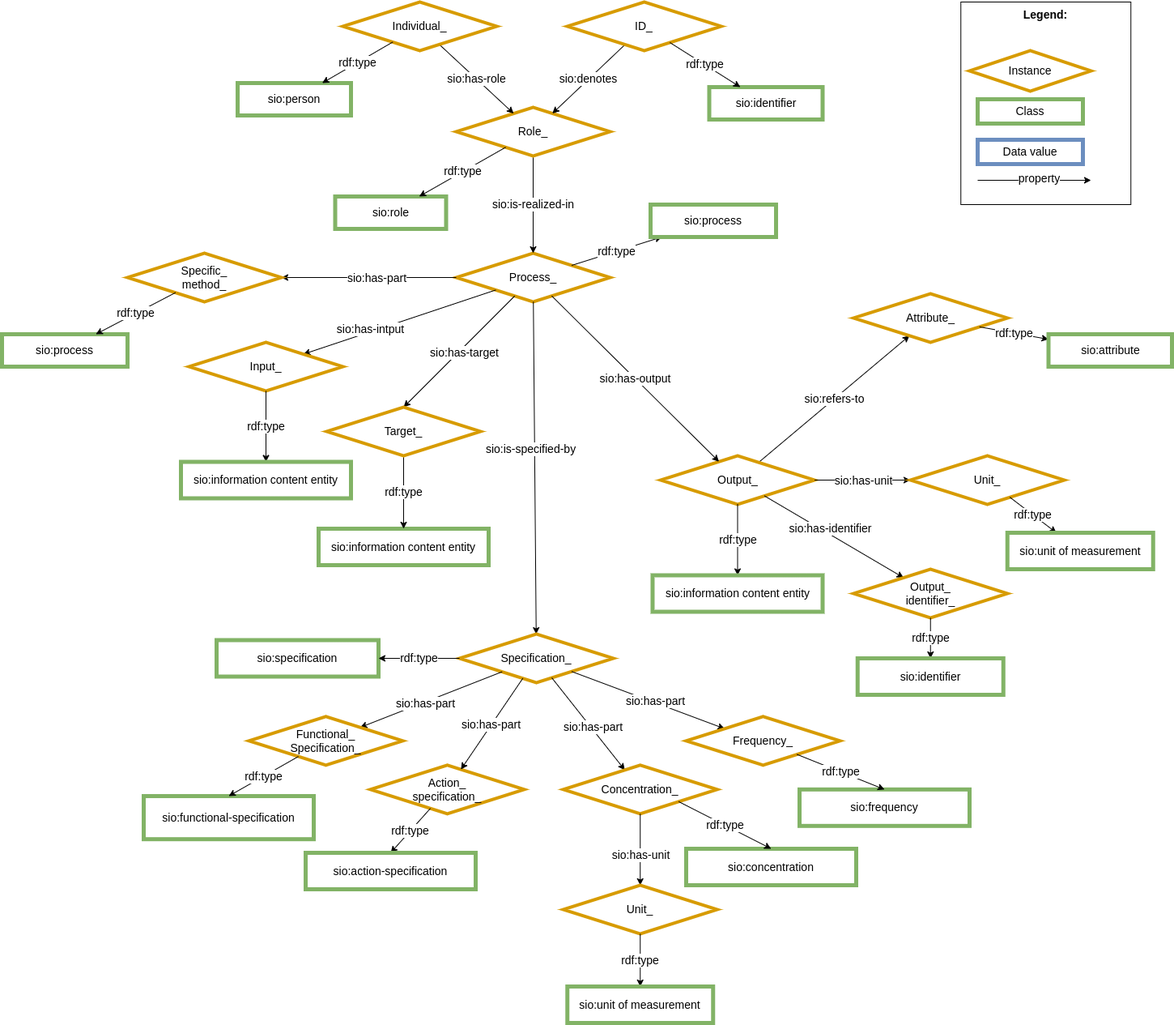
Earlier version of the draw.io export images/CARE-SM-Core.png (CARE-SM/CARE-Semantic-Model). Source tidied: cells renumbered, new cells last; positions are measured from the earlier drawing's top-left corner, leaving out a move shared by most shapes.
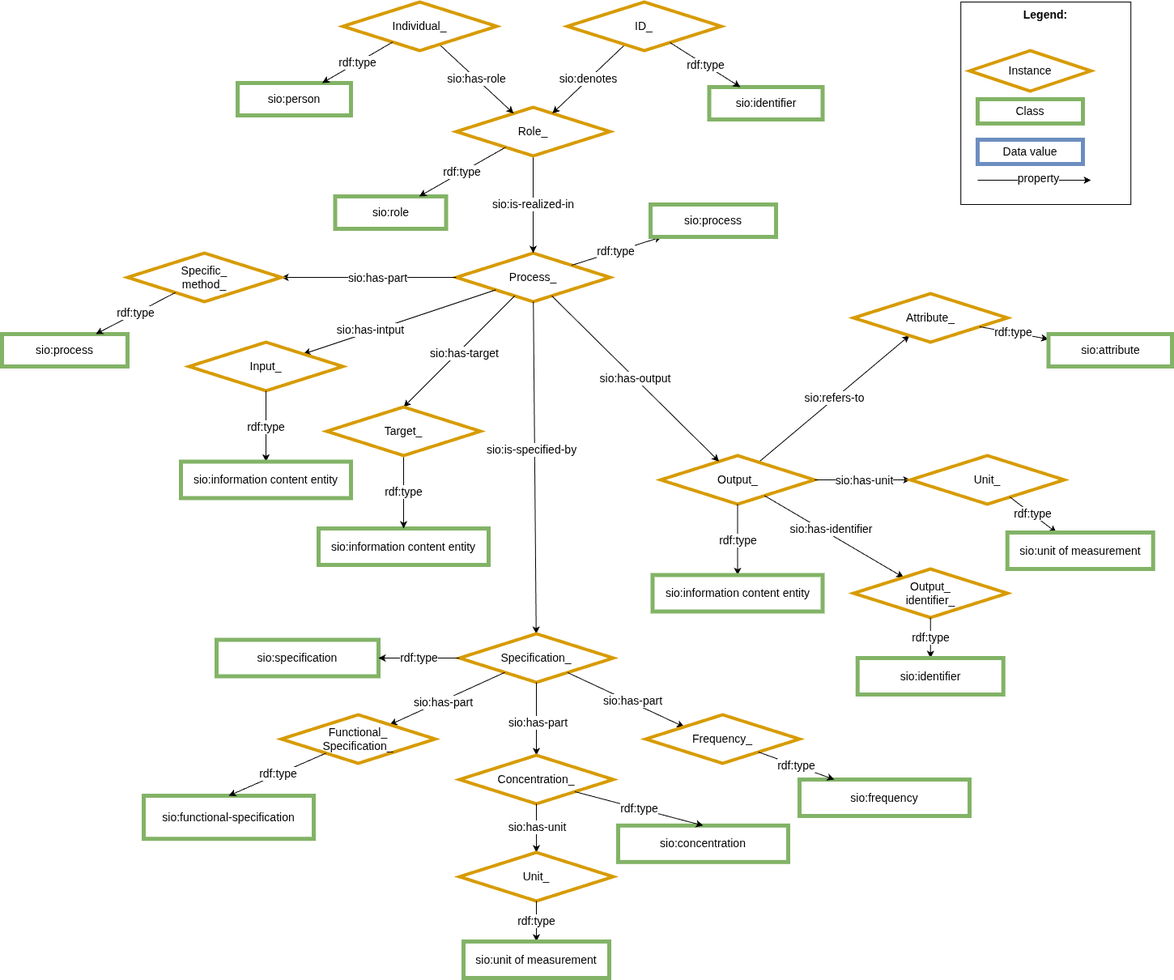
After the commit.

Commit message:
Delete action specification node

Change to the diagram source:
```diff
@@ -75,32 +75,15 @@
         <mxPoint x="-4" y="19" as="offset" />
       </mxGeometry>
     </mxCell>
-    <mxCell id="25" value="Action_&lt;div&gt;specification_&lt;/div&gt;" style="rhombus;whiteSpace=wrap;html=1;fillColor=#FFFFFF;strokeColor=#D79B00;perimeter=rhombusPerimeter;arcSize=20;comic=0;enumerate=0;strokeWidth=4;rounded=0;fontSize=14;" parent="1" vertex="1">
-      <mxGeometry x="455" y="941.8" width="190" height="60" as="geometry" />
-    </mxCell>
     <mxCell id="26" value="Specification_" style="rhombus;whiteSpace=wrap;html=1;fillColor=#FFFFFF;strokeColor=#D79B00;perimeter=rhombusPerimeter;arcSize=20;comic=0;enumerate=0;strokeWidth=4;rounded=0;fontSize=14;" parent="1" vertex="1">
       <mxGeometry x="565" y="780" width="190" height="60" as="geometry" />
     </mxCell>
     <mxCell id="27" value="Input_" style="rhombus;whiteSpace=wrap;html=1;fillColor=#FFFFFF;strokeColor=#D79B00;perimeter=rhombusPerimeter;arcSize=20;comic=0;enumerate=0;strokeWidth=4;rounded=0;fontSize=14;" parent="1" vertex="1">
       <mxGeometry x="231" y="420" width="190" height="60" as="geometry" />
     </mxCell>
-    <mxCell id="28" style="edgeStyle=none;rounded=0;jettySize=auto;html=1;fontSize=14;" parent="1" edge="1" source="26" target="25">
-      <mxGeometry relative="1" as="geometry" />
-    </mxCell>
-    <mxCell id="29" value="sio:has-part" style="edgeLabel;html=1;align=center;verticalAlign=middle;fontSize=14;" parent="28" vertex="1">
-      <mxGeometry x="-0.21" y="-1" relative="1" as="geometry">
-        <mxPoint x="-9" y="13" as="offset" />
-      </mxGeometry>
-    </mxCell>
     <mxCell id="30" value="&lt;font style=&quot;font-size: 14px;&quot;&gt;sio:information content entity&lt;/font&gt;" style="whiteSpace=wrap;html=1;fillColor=#FFFFFF;strokeColor=#82b366;strokeWidth=5;fontSize=14;" parent="1" vertex="1">
       <mxGeometry x="391" y="650" width="210" height="45" as="geometry" />
     </mxCell>
-    <mxCell id="31" value="rdf:type" style="edgeStyle=none;rounded=0;jettySize=auto;html=1;entryX=0.5;entryY=0;entryDx=0;entryDy=0;fontSize=14;" parent="1" edge="1" source="25" target="32">
-      <mxGeometry relative="1" as="geometry" />
-    </mxCell>
-    <mxCell id="32" value="sio:action-specification" style="whiteSpace=wrap;html=1;fillColor=#FFFFFF;strokeColor=#82b366;strokeWidth=5;fontSize=14;" parent="1" vertex="1">
-      <mxGeometry x="375" y="1050" width="210" height="45" as="geometry" />
-    </mxCell>
     <mxCell id="33" value="rdf:type" style="edgeStyle=none;rounded=0;jettySize=auto;html=1;exitX=0.5;exitY=1;exitDx=0;exitDy=0;entryX=0.5;entryY=0;entryDx=0;entryDy=0;fontSize=14;" parent="1" edge="1" source="27" target="34">
       <mxGeometry relative="1" as="geometry" />
     </mxCell>
@@ -175,13 +158,13 @@
       <mxGeometry x="0.09" y="2" relative="1" as="geometry" />
     </mxCell>
     <mxCell id="55" value="Functional_&lt;div&gt;Specification_&lt;/div&gt;" style="rhombus;whiteSpace=wrap;html=1;fillColor=#FFFFFF;strokeColor=#D79B00;perimeter=rhombusPerimeter;arcSize=20;comic=0;enumerate=0;strokeWidth=4;rounded=0;fontSize=14;" parent="1" vertex="1">
-      <mxGeometry x="305" y="881.8" width="190" height="60" as="geometry" />
+      <mxGeometry x="345" y="880" width="190" height="60" as="geometry" />
     </mxCell>
     <mxCell id="56" value="Frequency_" style="rhombus;whiteSpace=wrap;html=1;fillColor=#FFFFFF;strokeColor=#D79B00;perimeter=rhombusPerimeter;arcSize=20;comic=0;enumerate=0;strokeWidth=4;rounded=0;fontSize=14;" parent="1" vertex="1">
-      <mxGeometry x="845" y="881.8" width="190" height="60" as="geometry" />
+      <mxGeometry x="795" y="880" width="190" height="60" as="geometry" />
     </mxCell>
     <mxCell id="57" value="Concentration_" style="rhombus;whiteSpace=wrap;html=1;fillColor=#FFFFFF;strokeColor=#D79B00;perimeter=rhombusPerimeter;arcSize=20;comic=0;enumerate=0;strokeWidth=4;rounded=0;fontSize=14;" parent="1" vertex="1">
-      <mxGeometry x="693.2" y="941.8" width="190" height="60" as="geometry" />
+      <mxGeometry x="565" y="930" width="190" height="60" as="geometry" />
     </mxCell>
     <mxCell id="58" value="&lt;span style=&quot;font-size: 14px;&quot;&gt;sio:functional-specification&lt;/span&gt;" style="whiteSpace=wrap;html=1;fillColor=#FFFFFF;strokeColor=#82b366;strokeWidth=5;fontSize=14;" parent="1" vertex="1">
       <mxGeometry x="175" y="980" width="210" height="53.2" as="geometry" />
@@ -190,13 +173,13 @@
       <mxGeometry relative="1" as="geometry" />
     </mxCell>
     <mxCell id="60" value="&lt;font style=&quot;font-size: 14px;&quot;&gt;sio:frequency&lt;/font&gt;" style="whiteSpace=wrap;html=1;fillColor=#FFFFFF;strokeColor=#82b366;strokeWidth=5;fontSize=14;" parent="1" vertex="1">
-      <mxGeometry x="985" y="971.8" width="210" height="45" as="geometry" />
+      <mxGeometry x="985" y="960" width="210" height="45" as="geometry" />
     </mxCell>
-    <mxCell id="61" value="rdf:type" style="edgeStyle=none;rounded=0;jettySize=auto;html=1;entryX=0.5;entryY=0;entryDx=0;entryDy=0;fontSize=14;" parent="1" edge="1" source="56" target="60">
+    <mxCell id="61" value="rdf:type" style="edgeStyle=none;rounded=0;jettySize=auto;html=1;fontSize=14;" parent="1" edge="1" source="56" target="60">
       <mxGeometry relative="1" as="geometry" />
     </mxCell>
     <mxCell id="62" value="&lt;font style=&quot;font-size: 14px;&quot;&gt;sio:concentration&lt;/font&gt;" style="whiteSpace=wrap;html=1;fillColor=#FFFFFF;strokeColor=#82b366;strokeWidth=5;fontSize=14;" parent="1" vertex="1">
-      <mxGeometry x="845" y="1045" width="210" height="45" as="geometry" />
+      <mxGeometry x="761" y="1016.8" width="210" height="45" as="geometry" />
     </mxCell>
     <mxCell id="63" value="rdf:type" style="edgeStyle=none;rounded=0;jettySize=auto;html=1;exitX=1;exitY=1;exitDx=0;exitDy=0;entryX=0.5;entryY=0;entryDx=0;entryDy=0;fontSize=14;" parent="1" edge="1" source="57" target="62">
       <mxGeometry relative="1" as="geometry" />
@@ -209,17 +192,17 @@
     </mxCell>
     <mxCell id="66" value="sio:has-unit" style="edgeLabel;html=1;align=center;verticalAlign=middle;fontSize=14;" parent="65" vertex="1">
       <mxGeometry x="-0.21" y="-1" relative="1" as="geometry">
-        <mxPoint x="1" y="16" as="offset" />
+        <mxPoint x="1" y="3" as="offset" />
       </mxGeometry>
     </mxCell>
     <mxCell id="67" value="Unit_" style="rhombus;whiteSpace=wrap;html=1;fillColor=#FFFFFF;strokeColor=#D79B00;perimeter=rhombusPerimeter;arcSize=20;comic=0;enumerate=0;strokeWidth=4;rounded=0;fontSize=14;" parent="1" vertex="1">
-      <mxGeometry x="693.2" y="1090" width="190" height="60" as="geometry" />
+      <mxGeometry x="565" y="1050" width="190" height="60" as="geometry" />
     </mxCell>
     <mxCell id="68" value="rdf:type" style="edgeStyle=none;rounded=0;jettySize=auto;html=1;exitX=0.5;exitY=1;exitDx=0;exitDy=0;fontSize=14;" parent="1" edge="1" source="67" target="69">
       <mxGeometry relative="1" as="geometry" />
     </mxCell>
     <mxCell id="69" value="&lt;font style=&quot;font-size: 14px;&quot;&gt;sio:unit of measurement&lt;/font&gt;" style="whiteSpace=wrap;html=1;fillColor=#FFFFFF;strokeColor=#82b366;strokeWidth=5;fontSize=14;" parent="1" vertex="1">
-      <mxGeometry x="698.2" y="1215" width="180" height="45" as="geometry" />
+      <mxGeometry x="570" y="1160" width="180" height="45" as="geometry" />
     </mxCell>
     <mxCell id="70" value="sio:has-output" style="edgeStyle=none;rounded=0;jettySize=auto;html=1;fontSize=14;" parent="1" edge="1" source="4" target="3">
       <mxGeometry relative="1" as="geometry" />
```
